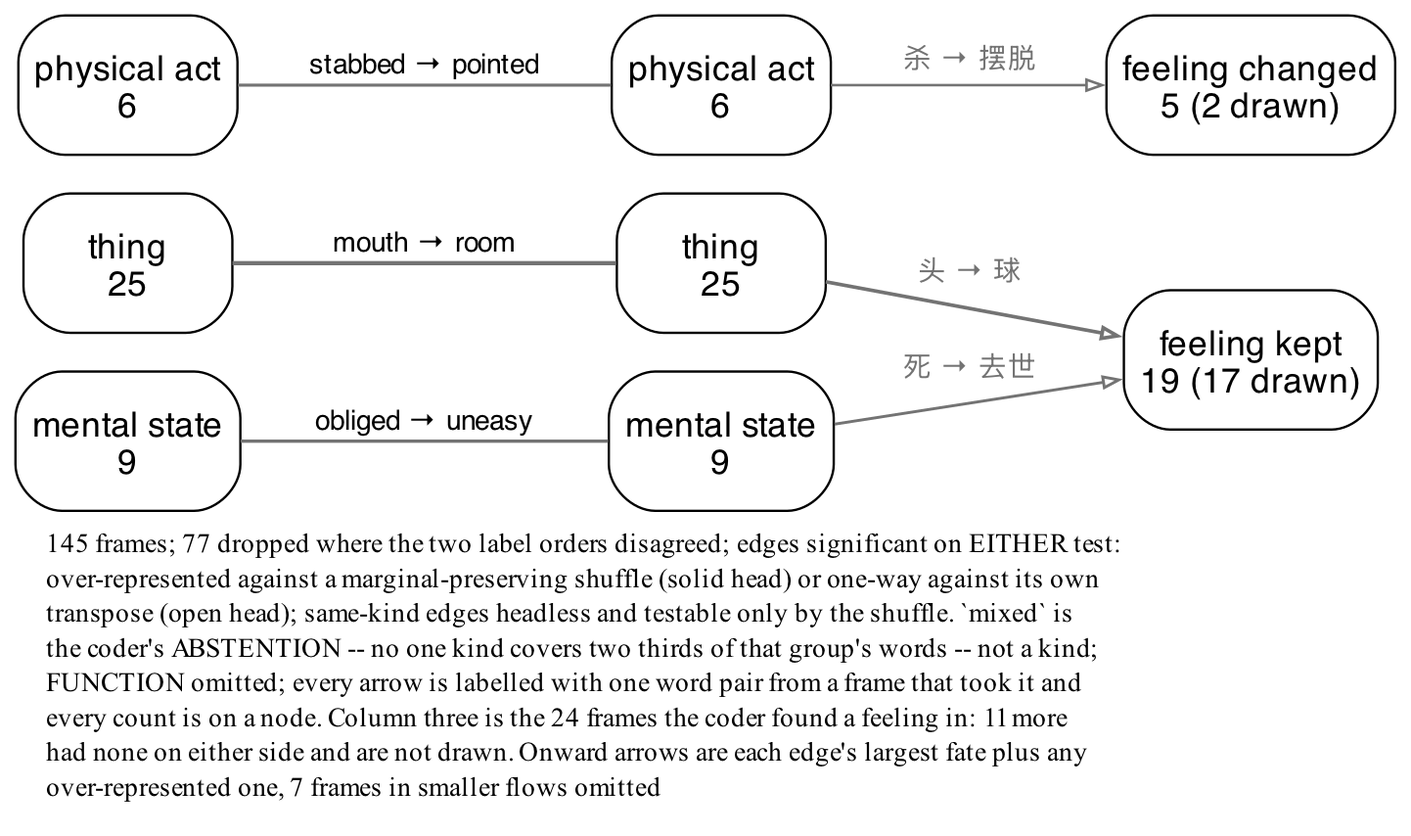
Before: experiments/displacement/freudian_hypothesis/results/kind_flow_zh_either.png, a diagram exported from Graphviz (quadrismegistus/malignment). Its source is kept beside it as experiments/displacement/freudian_hypothesis/results/kind_flow_zh_either.dot.
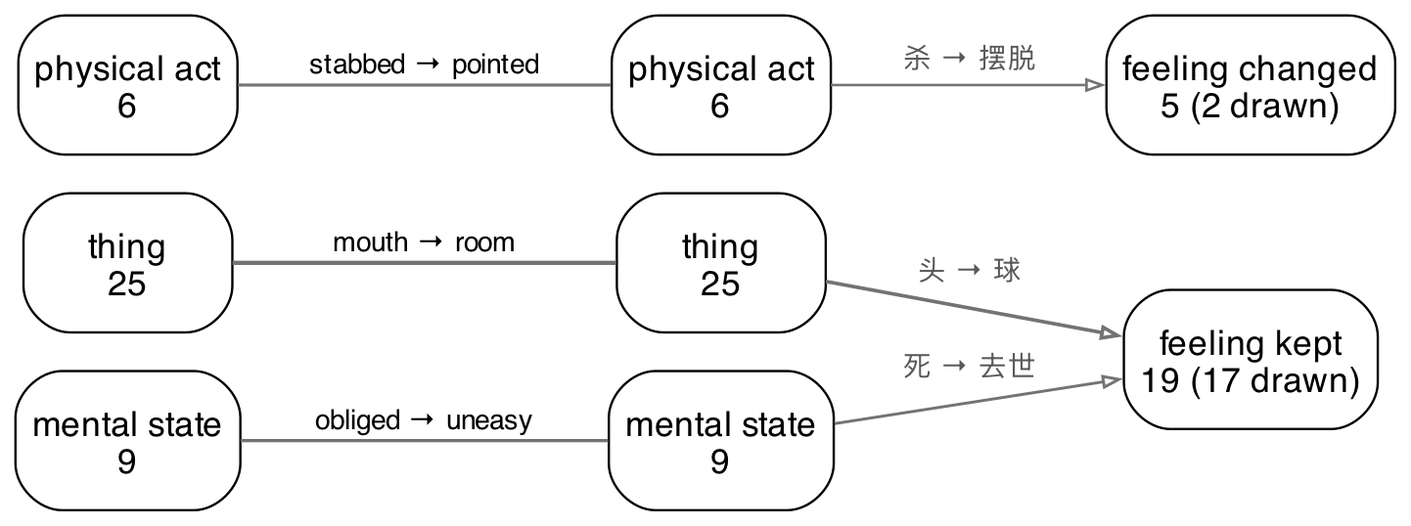
The same file after the commit.

Change to the diagram source:
```diff
@@ -21,9 +21,7 @@
   "B_THING" -> "A_THING" [label="mouth → room" arrowhead=none color="#737373" penwidth=1.09];
   "B_MENTAL_STATE" -> "A_MENTAL_STATE" [label="obliged → uneasy" arrowhead=none color="#737373" penwidth=0.85];
   "B_PHYSICAL_ACT" -> "A_PHYSICAL_ACT" [label="stabbed → pointed" arrowhead=none color="#737373" penwidth=0.79];
-  "A_THING" -> "F_KEPT" [label="头 → 球" color="#737373" fontcolor="#737373" penwidth=0.93 arrowsize=0.4 arrowhead=onormal];
-  "A_MENTAL_STATE" -> "F_KEPT" [label="死 → 去世" color="#737373" fontcolor="#737373" penwidth=0.74 arrowsize=0.4 arrowhead=onormal];
-  "A_PHYSICAL_ACT" -> "F_RECOLORED" [label="杀 → 摆脱" color="#737373" fontcolor="#737373" penwidth=0.67 arrowsize=0.4 arrowhead=onormal];
-  labelloc="b"; labeljust="l";
-  label=<<font point-size="7.65">145 frames; 77 dropped where the two label orders disagreed; edges significant on EITHER test:<br align="left"/>over-represented against a marginal-preserving shuffle (solid head) or one-way against its own<br align="left"/>transpose (open head); same-kind edges headless and testable only by the shuffle. `mixed` is<br align="left"/>the coder's ABSTENTION -- no one kind covers two thirds of that group's words -- not a kind;<br align="left"/>FUNCTION omitted; every arrow is labelled with one word pair from a frame that took it and<br align="left"/>every count is on a node. Column three is the 24 frames the coder found a feeling in: 11 more<br align="left"/>had none on either side and are not drawn. Onward arrows are each edge's largest fate plus any<br align="left"/>over-represented one, 7 frames in smaller flows omitted<br align="left"/></font>>;
+  "A_THING" -> "F_KEPT" [label="头 → 球" color="#737373" fontcolor="#595959" penwidth=0.93 arrowsize=0.4 arrowhead=onormal];
+  "A_MENTAL_STATE" -> "F_KEPT" [label="死 → 去世" color="#737373" fontcolor="#595959" penwidth=0.74 arrowsize=0.4 arrowhead=onormal];
+  "A_PHYSICAL_ACT" -> "F_RECOLORED" [label="杀 → 摆脱" color="#737373" fontcolor="#595959" penwidth=0.67 arrowsize=0.4 arrowhead=onormal];
 }
```
